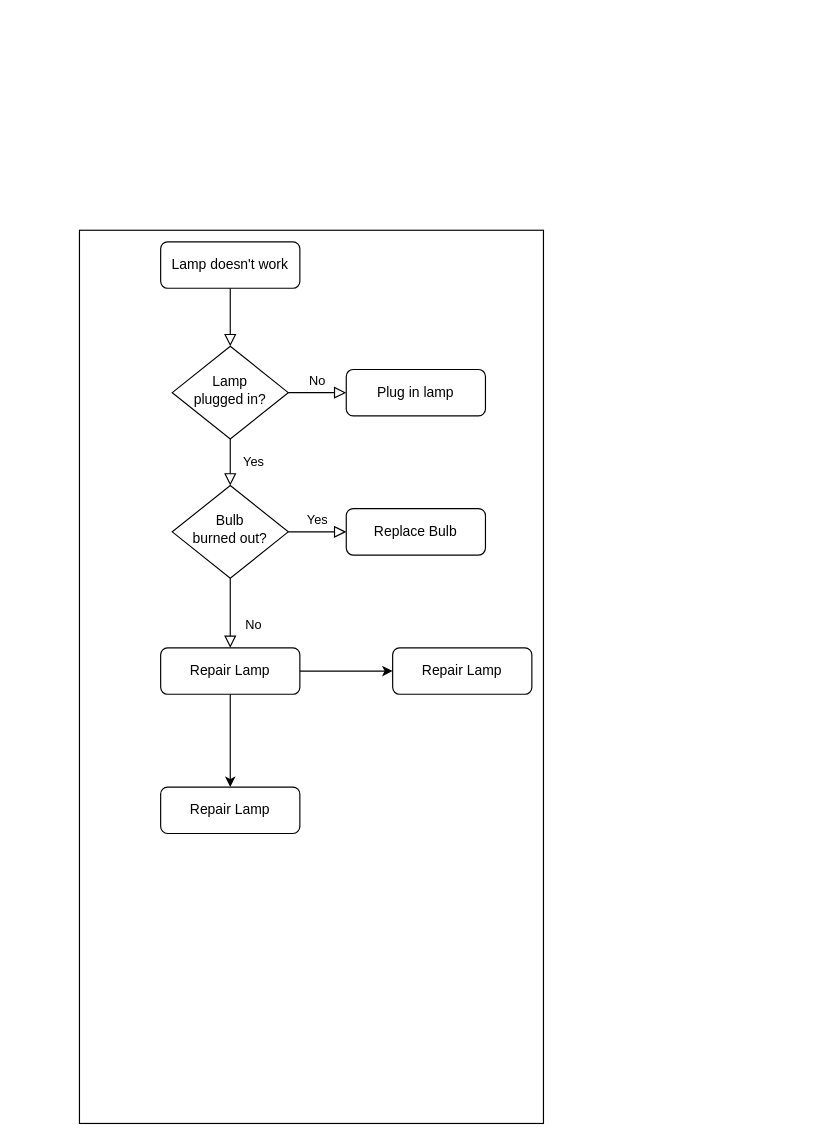
This is 未命名绘图.drawio from Nero-Zjf/draw.io, a draw.io file, before an edit. Source tidied: cells renumbered, new cells numbered last; positions are measured from the earlier drawing's top-left corner, leaving out a move shared by most shapes. Both pictures are drawn from the tidied source at 116%, with x=0, y=0 at pixel (79, 230).
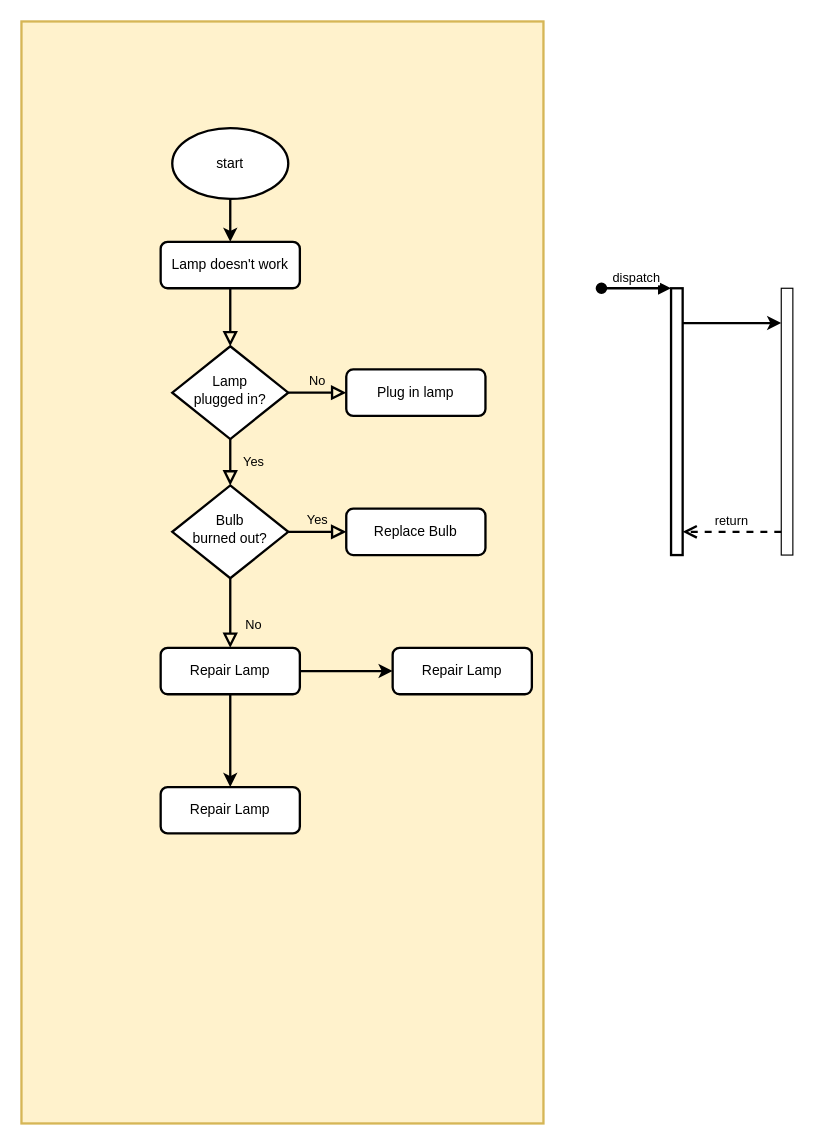
The same page after the edit.

Commit message:
更新未命名绘图.drawio

What changed in the source:
```diff
@@
-    <mxCell id="2" style="rounded=0;whiteSpace=wrap;html=1;" parent="1" vertex="1">
-      <mxGeometry width="400" height="770" as="geometry" />
+    <mxCell id="2" style="rounded=0;whiteSpace=wrap;html=1;strokeWidth=2;fillColor=#fff2cc;strokeColor=#d6b656;" parent="1" vertex="1">
+      <mxGeometry x="-50" y="-180" width="450" height="950" as="geometry" />
     </mxCell>
-    <mxCell id="3" style="rounded=0;html=1;jettySize=auto;fontSize=11;endArrow=block;endFill=0;endSize=8;strokeWidth=1;shadow=0;labelBackgroundColor=none;edgeStyle=orthogonalEdgeStyle;" parent="1" edge="1" source="4" target="7">
+    <mxCell id="3" style="rounded=0;html=1;jettySize=auto;fontSize=11;endArrow=block;endFill=0;endSize=8;strokeWidth=2;shadow=0;labelBackgroundColor=none;edgeStyle=orthogonalEdgeStyle;" parent="1" edge="1" source="4" target="7">
       <mxGeometry relative="1" as="geometry" />
     </mxCell>
-    <mxCell id="4" value="Lamp doesn't work" style="rounded=1;whiteSpace=wrap;html=1;fontSize=12;glass=0;strokeWidth=1;shadow=0;" parent="1" vertex="1">
+    <mxCell id="4" value="Lamp doesn't work" style="rounded=1;whiteSpace=wrap;html=1;fontSize=12;glass=0;strokeWidth=2;shadow=0;" parent="1" vertex="1">
       <mxGeometry x="70" y="10" width="120" height="40" as="geometry" />
     </mxCell>
-    <mxCell id="5" value="Yes" style="rounded=0;html=1;jettySize=auto;fontSize=11;endArrow=block;endFill=0;endSize=8;strokeWidth=1;shadow=0;labelBackgroundColor=none;edgeStyle=orthogonalEdgeStyle;" parent="1" edge="1" source="7" target="11">
+    <mxCell id="5" value="Yes" style="rounded=0;html=1;jettySize=auto;fontSize=11;endArrow=block;endFill=0;endSize=8;strokeWidth=2;shadow=0;labelBackgroundColor=none;edgeStyle=orthogonalEdgeStyle;" parent="1" edge="1" source="7" target="11">
       <mxGeometry y="20" relative="1" as="geometry" />
     </mxCell>
-    <mxCell id="6" value="No" style="edgeStyle=orthogonalEdgeStyle;rounded=0;html=1;jettySize=auto;fontSize=11;endArrow=block;endFill=0;endSize=8;strokeWidth=1;shadow=0;labelBackgroundColor=none;" parent="1" edge="1" source="7" target="8">
+    <mxCell id="6" value="No" style="edgeStyle=orthogonalEdgeStyle;rounded=0;html=1;jettySize=auto;fontSize=11;endArrow=block;endFill=0;endSize=8;strokeWidth=2;shadow=0;labelBackgroundColor=none;" parent="1" edge="1" source="7" target="8">
       <mxGeometry y="10" relative="1" as="geometry" />
     </mxCell>
-    <mxCell id="7" value="Lamp&lt;br&gt;plugged in?" style="rhombus;whiteSpace=wrap;html=1;shadow=0;fontFamily=Helvetica;fontSize=12;align=center;strokeWidth=1;spacing=6;spacingTop=-4;" parent="1" vertex="1">
+    <mxCell id="7" value="Lamp&lt;br&gt;plugged in?" style="rhombus;whiteSpace=wrap;html=1;shadow=0;fontFamily=Helvetica;fontSize=12;align=center;strokeWidth=2;spacing=6;spacingTop=-4;" parent="1" vertex="1">
       <mxGeometry x="80" y="100" width="100" height="80" as="geometry" />
     </mxCell>
-    <mxCell id="8" value="Plug in lamp" style="rounded=1;whiteSpace=wrap;html=1;fontSize=12;glass=0;strokeWidth=1;shadow=0;" parent="1" vertex="1">
+    <mxCell id="8" value="Plug in lamp" style="rounded=1;whiteSpace=wrap;html=1;fontSize=12;glass=0;strokeWidth=2;shadow=0;" parent="1" vertex="1">
       <mxGeometry x="230" y="120" width="120" height="40" as="geometry" />
     </mxCell>
-    <mxCell id="9" value="No" style="rounded=0;html=1;jettySize=auto;fontSize=11;endArrow=block;endFill=0;endSize=8;strokeWidth=1;shadow=0;labelBackgroundColor=none;edgeStyle=orthogonalEdgeStyle;" parent="1" edge="1" source="11" target="14">
+    <mxCell id="9" value="No" style="rounded=0;html=1;jettySize=auto;fontSize=11;endArrow=block;endFill=0;endSize=8;strokeWidth=2;shadow=0;labelBackgroundColor=none;edgeStyle=orthogonalEdgeStyle;" parent="1" edge="1" source="11" target="14">
       <mxGeometry x="0.33" y="20" relative="1" as="geometry" />
     </mxCell>
-    <mxCell id="10" value="Yes" style="edgeStyle=orthogonalEdgeStyle;rounded=0;html=1;jettySize=auto;fontSize=11;endArrow=block;endFill=0;endSize=8;strokeWidth=1;shadow=0;labelBackgroundColor=none;" parent="1" edge="1" source="11" target="17">
+    <mxCell id="10" value="Yes" style="edgeStyle=orthogonalEdgeStyle;rounded=0;html=1;jettySize=auto;fontSize=11;endArrow=block;endFill=0;endSize=8;strokeWidth=2;shadow=0;labelBackgroundColor=none;" parent="1" edge="1" source="11" target="17">
       <mxGeometry y="10" relative="1" as="geometry" />
     </mxCell>
-    <mxCell id="11" value="Bulb&lt;br&gt;burned out?" style="rhombus;whiteSpace=wrap;html=1;shadow=0;fontFamily=Helvetica;fontSize=12;align=center;strokeWidth=1;spacing=6;spacingTop=-4;" parent="1" vertex="1">
+    <mxCell id="11" value="Bulb&lt;br&gt;burned out?" style="rhombus;whiteSpace=wrap;html=1;shadow=0;fontFamily=Helvetica;fontSize=12;align=center;strokeWidth=2;spacing=6;spacingTop=-4;" parent="1" vertex="1">
       <mxGeometry x="80" y="220" width="100" height="80" as="geometry" />
     </mxCell>
-    <mxCell id="12" style="edgeStyle=orthogonalEdgeStyle;rounded=0;jettySize=auto;html=1;" parent="1" edge="1" source="14" target="16">
+    <mxCell id="12" style="edgeStyle=orthogonalEdgeStyle;rounded=0;jettySize=auto;html=1;strokeWidth=2;" parent="1" edge="1" source="14" target="16">
       <mxGeometry relative="1" as="geometry" />
     </mxCell>
-    <mxCell id="13" style="edgeStyle=orthogonalEdgeStyle;rounded=0;jettySize=auto;html=1;" parent="1" edge="1" source="14" target="15">
+    <mxCell id="13" style="edgeStyle=orthogonalEdgeStyle;rounded=0;jettySize=auto;html=1;strokeWidth=2;" parent="1" edge="1" source="14" target="15">
       <mxGeometry relative="1" as="geometry" />
     </mxCell>
-    <mxCell id="14" value="Repair Lamp" style="rounded=1;whiteSpace=wrap;html=1;fontSize=12;glass=0;strokeWidth=1;shadow=0;" parent="1" vertex="1">
+    <mxCell id="14" value="Repair Lamp" style="rounded=1;whiteSpace=wrap;html=1;fontSize=12;glass=0;strokeWidth=2;shadow=0;" parent="1" vertex="1">
       <mxGeometry x="70" y="360" width="120" height="40" as="geometry" />
     </mxCell>
-    <mxCell id="15" value="Repair Lamp" style="rounded=1;whiteSpace=wrap;html=1;fontSize=12;glass=0;strokeWidth=1;shadow=0;" parent="1" vertex="1">
+    <mxCell id="15" value="Repair Lamp" style="rounded=1;whiteSpace=wrap;html=1;fontSize=12;glass=0;strokeWidth=2;shadow=0;" parent="1" vertex="1">
       <mxGeometry x="70" y="480" width="120" height="40" as="geometry" />
     </mxCell>
-    <mxCell id="16" value="Repair Lamp" style="rounded=1;whiteSpace=wrap;html=1;fontSize=12;glass=0;strokeWidth=1;shadow=0;" parent="1" vertex="1">
+    <mxCell id="16" value="Repair Lamp" style="rounded=1;whiteSpace=wrap;html=1;fontSize=12;glass=0;strokeWidth=2;shadow=0;" parent="1" vertex="1">
       <mxGeometry x="270" y="360" width="120" height="40" as="geometry" />
     </mxCell>
-    <mxCell id="17" value="Replace Bulb" style="rounded=1;whiteSpace=wrap;html=1;fontSize=12;glass=0;strokeWidth=1;shadow=0;" parent="1" vertex="1">
+    <mxCell id="17" value="Replace Bulb" style="rounded=1;whiteSpace=wrap;html=1;fontSize=12;glass=0;strokeWidth=2;shadow=0;" parent="1" vertex="1">
       <mxGeometry x="230" y="240" width="120" height="40" as="geometry" />
     </mxCell>
+    <mxCell id="18" style="edgeStyle=orthogonalEdgeStyle;rounded=0;jettySize=auto;html=1;entryX=0.5;entryY=0;entryDx=0;entryDy=0;strokeWidth=2;" parent="1" edge="1" source="19" target="4">
+      <mxGeometry relative="1" as="geometry" />
+    </mxCell>
+    <mxCell id="19" value="start" style="strokeWidth=2;html=1;shape=mxgraph.flowchart.start_1;whiteSpace=wrap;" parent="1" vertex="1">
+      <mxGeometry x="80" y="-88" width="100" height="61" as="geometry" />
+    </mxCell>
+    <mxCell id="20" style="edgeStyle=orthogonalEdgeStyle;rounded=0;jettySize=auto;html=1;strokeWidth=2;" parent="1" edge="1" source="21" target="23">
+      <mxGeometry relative="1" as="geometry">
+        <Array as="points">
+          <mxPoint x="570" y="80" />
+          <mxPoint x="570" y="80" />
+        </Array>
+      </mxGeometry>
+    </mxCell>
+    <mxCell id="21" style="html=1;points=[];perimeter=orthogonalPerimeter;strokeWidth=2;" parent="1" vertex="1">
+      <mxGeometry x="510" y="50" width="10" height="230" as="geometry" />
+    </mxCell>
+    <mxCell id="22" value="dispatch" style="html=1;verticalAlign=bottom;startArrow=oval;endArrow=block;startSize=8;strokeWidth=2;" parent="1" edge="1" target="21">
+      <mxGeometry relative="1" as="geometry">
+        <mxPoint x="450" y="50" as="sourcePoint" />
+      </mxGeometry>
+    </mxCell>
+    <mxCell id="23" style="html=1;points=[];perimeter=orthogonalPerimeter;" parent="1" vertex="1">
+      <mxGeometry x="605" y="50" width="10" height="230" as="geometry" />
+    </mxCell>
+    <mxCell id="24" value="return" style="html=1;verticalAlign=bottom;endArrow=open;dashed=1;endSize=8;strokeWidth=2;" parent="1" edge="1" source="23" target="21">
+      <mxGeometry relative="1" as="geometry">
+        <Array as="points">
+          <mxPoint x="570" y="260" />
+        </Array>
+      </mxGeometry>
+    </mxCell>
```
